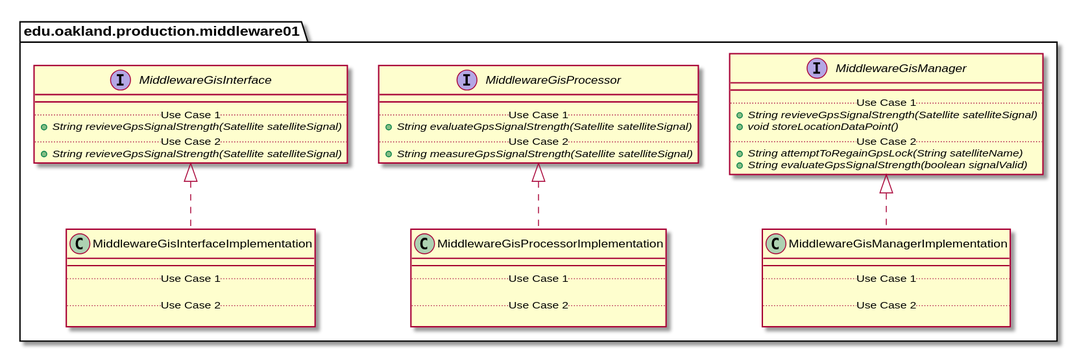
Above: docs/uml-class-diagrams/middleware01/production/Middleware01ProductionPackage_InternalDependencies.svg in elilley15/csi-3370-software-project (PlantUML), before the change.
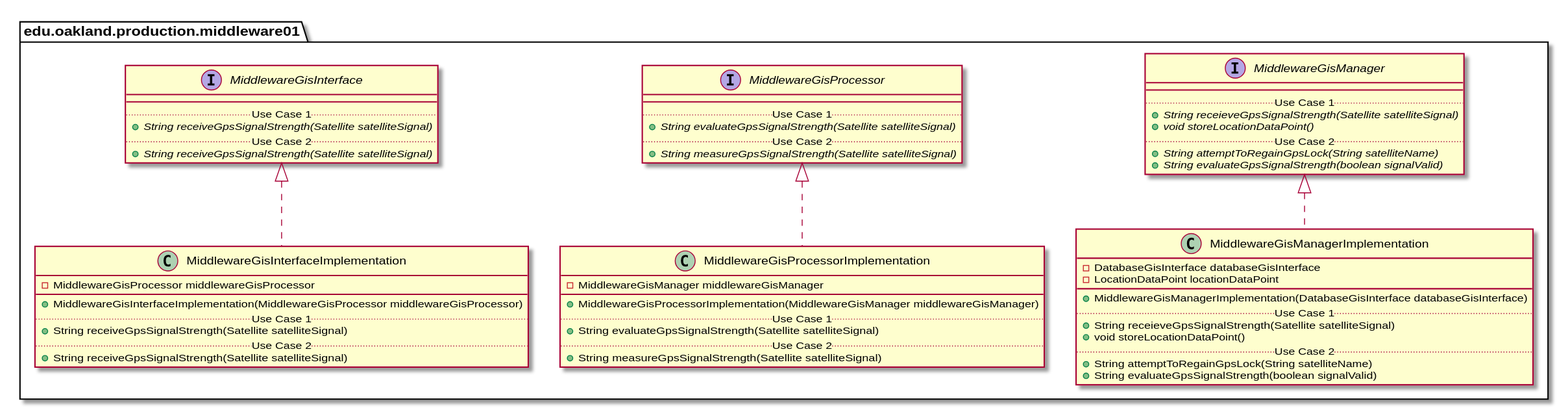
The same diagram one commit later.

Change to the diagram source:
```diff
@@ -9,9 +9,9 @@
     interface MiddlewareGisInterface {
         __
         .. Use Case 1 ..
-        {abstract} + String revieveGpsSignalStrength(Satellite satelliteSignal)
+        {abstract} + String receiveGpsSignalStrength(Satellite satelliteSignal)
         .. Use Case 2 ..
-        {abstract} + String revieveGpsSignalStrength(Satellite satelliteSignal)
+        {abstract} + String receiveGpsSignalStrength(Satellite satelliteSignal)
     }
 }
 
@@ -31,7 +31,7 @@
     interface MiddlewareGisManager {
         __
         .. Use Case 1 ..
-        {abstract} + String revieveGpsSignalStrength(Satellite satelliteSignal)
+        {abstract} + String receieveGpsSignalStrength(Satellite satelliteSignal)
         {abstract} + void storeLocationDataPoint()
         .. Use Case 2 ..
         {abstract} + String attemptToRegainGpsLock(String satelliteName)
@@ -42,11 +42,13 @@
 
 package edu.oakland.production.middleware01 {
     class MiddlewareGisInterfaceImplementation {
+        - MiddlewareGisProcessor middlewareGisProcessor
         __
+        + MiddlewareGisInterfaceImplementation(MiddlewareGisProcessor middlewareGisProcessor)
         .. Use Case 1 ..
-
+        + String receiveGpsSignalStrength(Satellite satelliteSignal)
         .. Use Case 2 ..
-
+        + String receiveGpsSignalStrength(Satellite satelliteSignal)
     }
 }
 
@@ -55,11 +57,13 @@
 
 package edu.oakland.production.middleware01 {
     class MiddlewareGisProcessorImplementation {
+        - MiddlewareGisManager middlewareGisManager
         __
+        + MiddlewareGisProcessorImplementation(MiddlewareGisManager middlewareGisManager)
         .. Use Case 1 ..
-
+        + String evaluateGpsSignalStrength(Satellite satelliteSignal)
         .. Use Case 2 ..
-
+        + String measureGpsSignalStrength(Satellite satelliteSignal)
     }
 }
 
@@ -68,11 +72,16 @@
 
 package edu.oakland.production.middleware01 {
     class MiddlewareGisManagerImplementation {
+        - DatabaseGisInterface databaseGisInterface
+        - LocationDataPoint locationDataPoint
         __
+        + MiddlewareGisManagerImplementation(DatabaseGisInterface databaseGisInterface)
         .. Use Case 1 ..
-
+        + String receieveGpsSignalStrength(Satellite satelliteSignal)
+        + void storeLocationDataPoint()
         .. Use Case 2 ..
-
+        + String attemptToRegainGpsLock(String satelliteName)
+        + String evaluateGpsSignalStrength(boolean signalValid)
     }
 }
 
```
